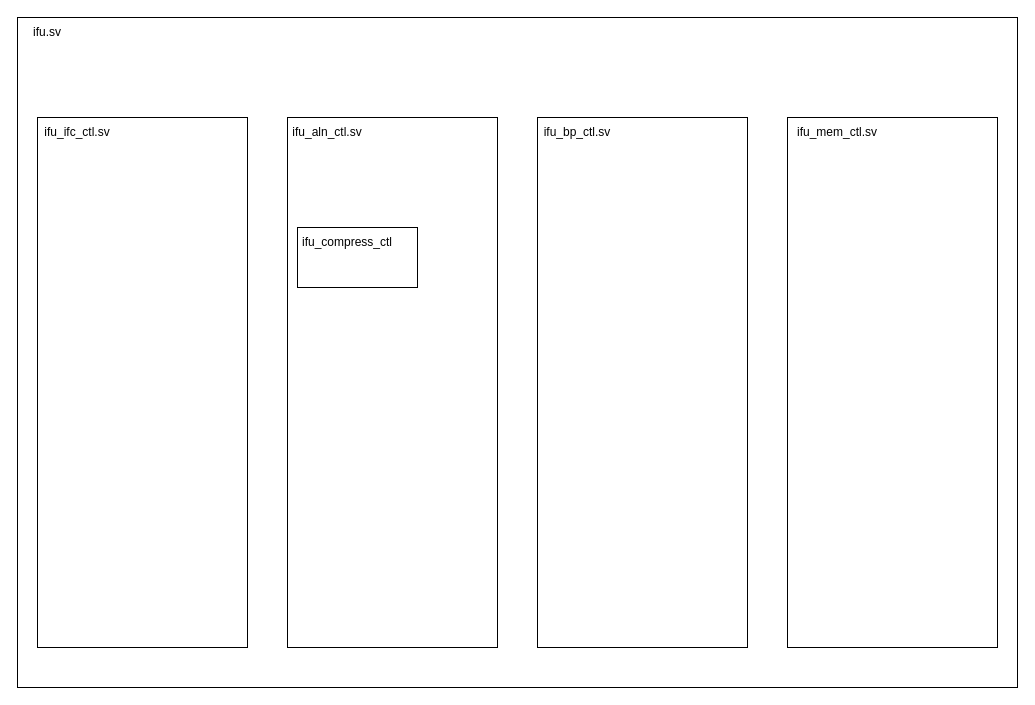
Earlier version of the draw.io diagram Untitled Diagram.drawio (Shainisore/drawio). Source tidied: cells renumbered, new cells numbered last; positions are measured from the earlier drawing's top-left corner, leaving out a move shared by most shapes. Both pictures are drawn from the tidied source at 100%, with x=0, y=0 at pixel (17, 17).
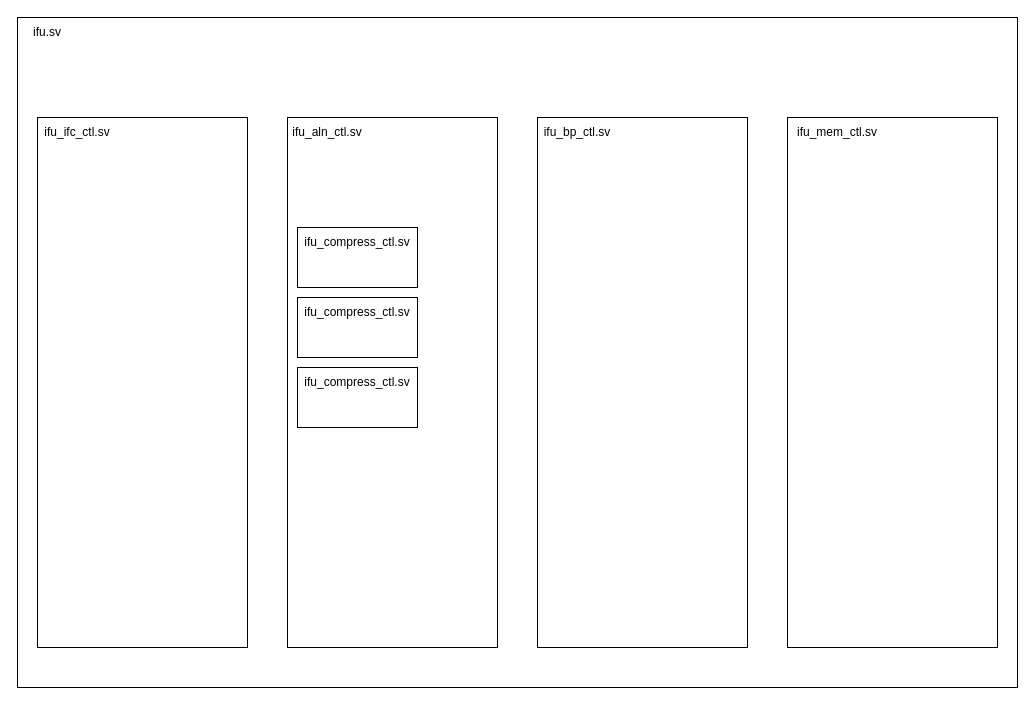
After the change.

The edit, as a diff of the source:
```diff
@@
 <mxGraphModel>
   <root>
     <mxCell id="0" />
     <mxCell id="1" parent="0" />
     <mxCell id="2" style="rounded=0;whiteSpace=wrap;html=1;" parent="1" vertex="1">
       <mxGeometry width="1000" height="670" as="geometry" />
     </mxCell>
     <mxCell id="3" style="rounded=0;whiteSpace=wrap;html=1;" parent="1" vertex="1">
       <mxGeometry x="270" y="100" width="210" height="530" as="geometry" />
     </mxCell>
     <mxCell id="4" style="rounded=0;whiteSpace=wrap;html=1;" parent="1" vertex="1">
       <mxGeometry x="520" y="100" width="210" height="530" as="geometry" />
     </mxCell>
     <mxCell id="5" style="rounded=0;whiteSpace=wrap;html=1;" parent="1" vertex="1">
       <mxGeometry x="770" y="100" width="210" height="530" as="geometry" />
     </mxCell>
     <mxCell id="6" value="ifu.sv" style="text;html=1;strokeColor=none;fillColor=none;align=center;verticalAlign=middle;whiteSpace=wrap;rounded=0;" parent="1" vertex="1">
       <mxGeometry width="60" height="30" as="geometry" />
     </mxCell>
     <mxCell id="7" style="rounded=0;whiteSpace=wrap;html=1;" parent="1" vertex="1">
       <mxGeometry x="20" y="100" width="210" height="530" as="geometry" />
     </mxCell>
     <mxCell id="8" value="ifu_ifc_ctl.sv" style="text;html=1;strokeColor=none;fillColor=none;align=center;verticalAlign=middle;whiteSpace=wrap;rounded=0;" parent="1" vertex="1">
       <mxGeometry x="30" y="100" width="60" height="30" as="geometry" />
     </mxCell>
     <mxCell id="9" value="ifu_aln_ctl.sv" style="text;html=1;strokeColor=none;fillColor=none;align=center;verticalAlign=middle;whiteSpace=wrap;rounded=0;" parent="1" vertex="1">
       <mxGeometry x="280" y="100" width="60" height="30" as="geometry" />
     </mxCell>
     <mxCell id="10" value="ifu_bp_ctl.sv" style="text;html=1;strokeColor=none;fillColor=none;align=center;verticalAlign=middle;whiteSpace=wrap;rounded=0;" parent="1" vertex="1">
       <mxGeometry x="530" y="100" width="60" height="30" as="geometry" />
     </mxCell>
     <mxCell id="11" value="ifu_mem_ctl.sv" style="text;html=1;strokeColor=none;fillColor=none;align=center;verticalAlign=middle;whiteSpace=wrap;rounded=0;" parent="1" vertex="1">
       <mxGeometry x="790" y="100" width="60" height="30" as="geometry" />
     </mxCell>
     <mxCell id="12" style="rounded=0;whiteSpace=wrap;html=1;" parent="1" vertex="1">
       <mxGeometry x="280" y="210" width="120" height="60" as="geometry" />
     </mxCell>
-    <mxCell id="13" value="ifu_compress_ctl" style="text;html=1;strokeColor=none;fillColor=none;align=center;verticalAlign=middle;whiteSpace=wrap;rounded=0;" parent="1" vertex="1">
-      <mxGeometry x="300" y="210" width="60" height="30" as="geometry" />
+    <mxCell id="13" value="ifu_compress_ctl.sv" style="text;html=1;strokeColor=none;fillColor=none;align=center;verticalAlign=middle;whiteSpace=wrap;rounded=0;" parent="1" vertex="1">
+      <mxGeometry x="310" y="210" width="60" height="30" as="geometry" />
     </mxCell>
+    <mxCell id="14" style="rounded=0;whiteSpace=wrap;html=1;" parent="1" vertex="1">
+      <mxGeometry x="280" y="280" width="120" height="60" as="geometry" />
+    </mxCell>
+    <mxCell id="15" value="ifu_compress_ctl.sv" style="text;html=1;strokeColor=none;fillColor=none;align=center;verticalAlign=middle;whiteSpace=wrap;rounded=0;" parent="1" vertex="1">
+      <mxGeometry x="310" y="280" width="60" height="30" as="geometry" />
+    </mxCell>
+    <mxCell id="16" style="rounded=0;whiteSpace=wrap;html=1;" parent="1" vertex="1">
+      <mxGeometry x="280" y="350" width="120" height="60" as="geometry" />
+    </mxCell>
+    <mxCell id="17" value="ifu_compress_ctl.sv" style="text;html=1;strokeColor=none;fillColor=none;align=center;verticalAlign=middle;whiteSpace=wrap;rounded=0;" parent="1" vertex="1">
+      <mxGeometry x="310" y="350" width="60" height="30" as="geometry" />
+    </mxCell>
   </root>
 </mxGraphModel>
```
